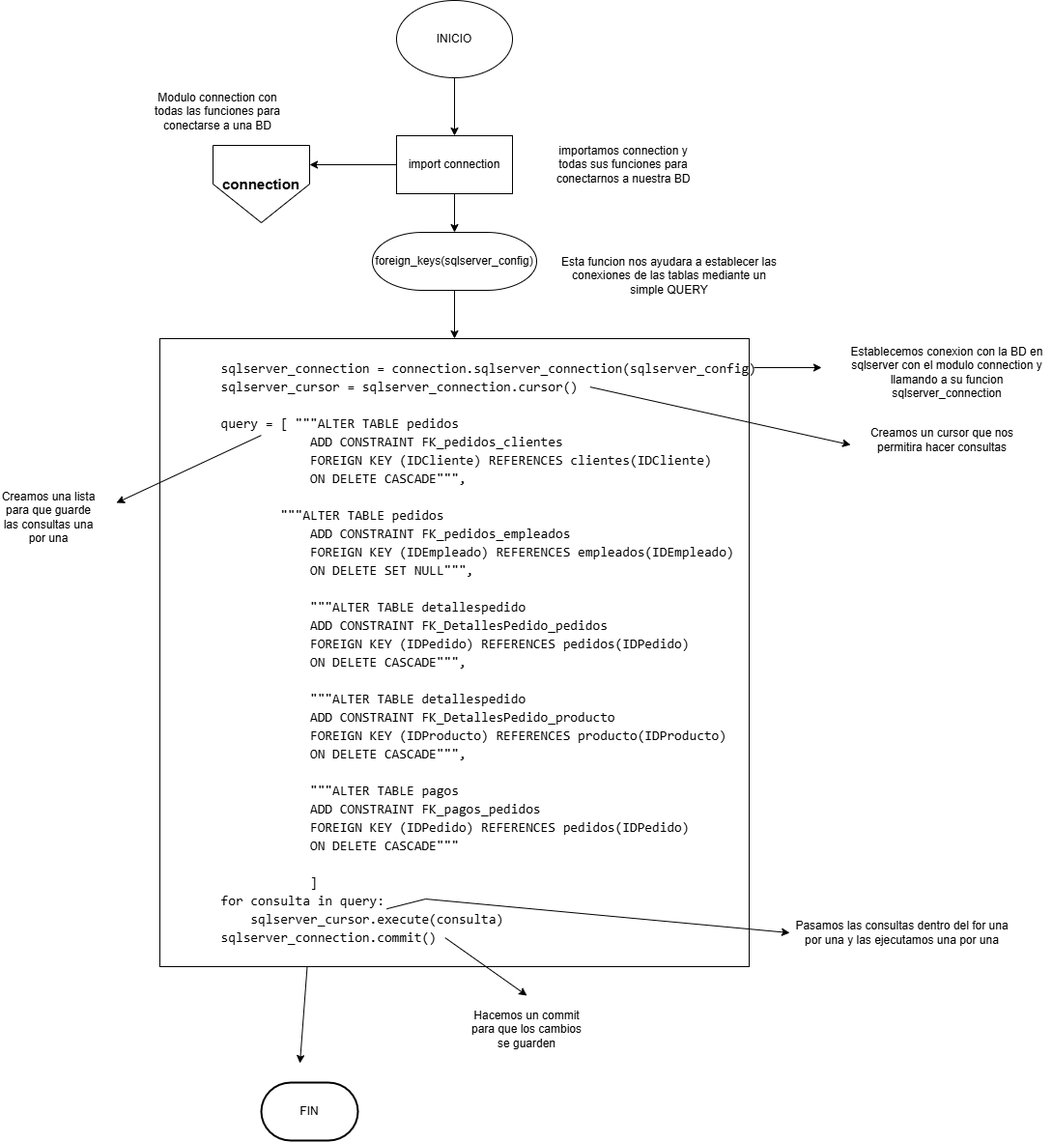
This is Documentación/Diagramas/MIGRATION/Fk_connection.drawio.png from AlfredoZC/Coffee-shop, a draw.io export, as it was before one commit. Source tidied: cells renumbered, new cells last; positions are measured from the earlier drawing's top-left corner, leaving out a move shared by most shapes.
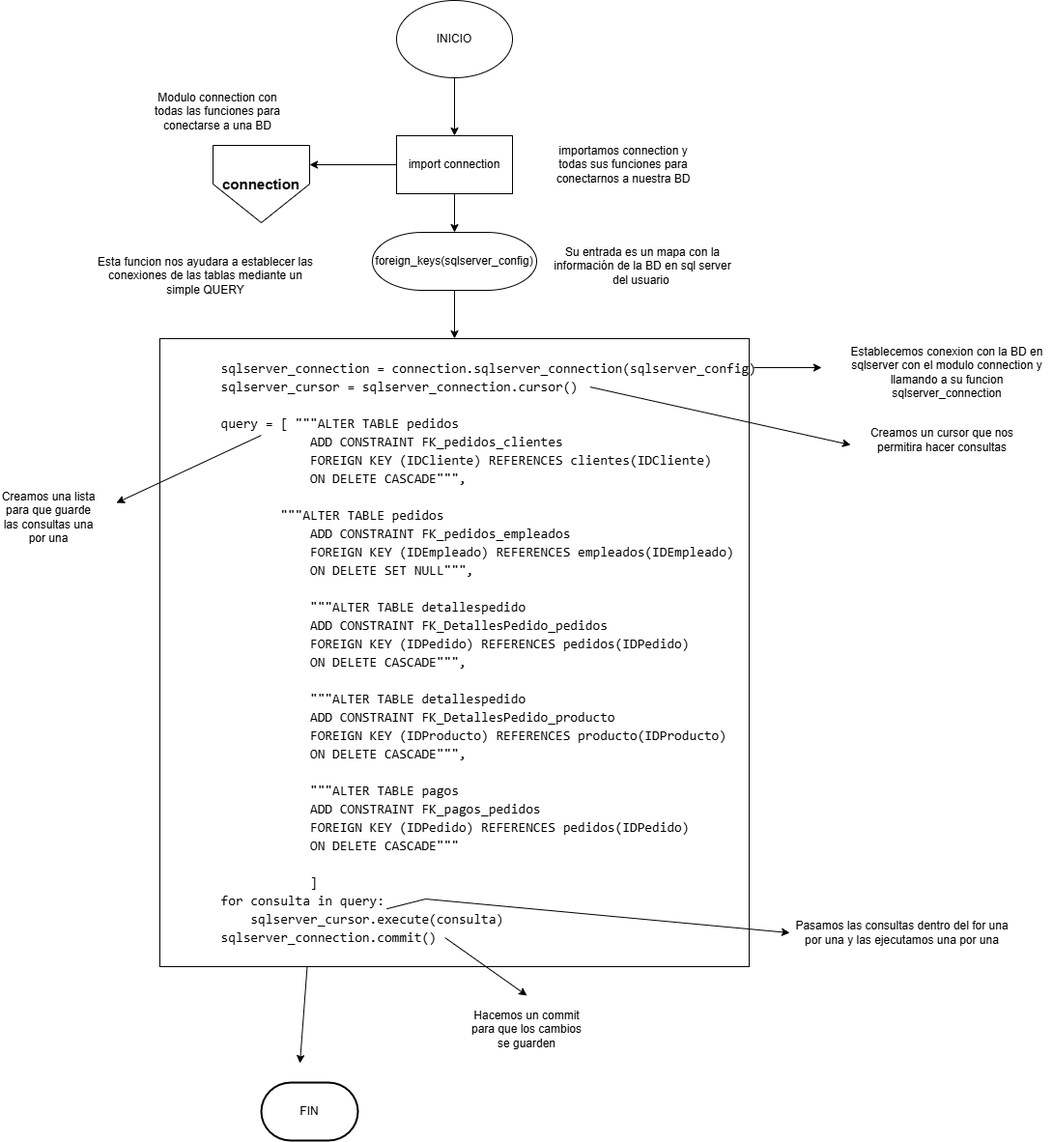
Later version of the same file.

The edit, as a diff of the source:
```diff
@@ -79,7 +79,7 @@
       </mxGeometry>
     </mxCell>
     <mxCell id="23" value="Esta funcion nos ayudara a establecer las conexiones de las tablas mediante un simple QUERY" style="text;html=1;align=center;verticalAlign=middle;whiteSpace=wrap;rounded=0;" parent="1" vertex="1">
-      <mxGeometry x="580" y="270" width="225" height="30" as="geometry" />
+      <mxGeometry x="100" y="270" width="225" height="30" as="geometry" />
     </mxCell>
     <mxCell id="24" value="importamos connection y todas sus funciones para conectarnos a nuestra BD" style="text;html=1;align=center;verticalAlign=middle;whiteSpace=wrap;rounded=0;" parent="1" vertex="1">
       <mxGeometry x="570" y="155" width="150" height="30" as="geometry" />
@@ -95,5 +95,8 @@
     <mxCell id="27" value="FIN" style="strokeWidth=2;html=1;shape=mxgraph.flowchart.terminator;whiteSpace=wrap;" parent="1" vertex="1">
       <mxGeometry x="270" y="1120" width="100" height="60" as="geometry" />
     </mxCell>
+    <mxCell id="28" value="Su entrada es un mapa con la información de la BD en sql server del usuario&amp;nbsp;" style="text;html=1;align=center;verticalAlign=middle;whiteSpace=wrap;rounded=0;" parent="1" vertex="1">
+      <mxGeometry x="570" y="260" width="190" height="30" as="geometry" />
+    </mxCell>
   </root>
 </mxGraphModel>
```
